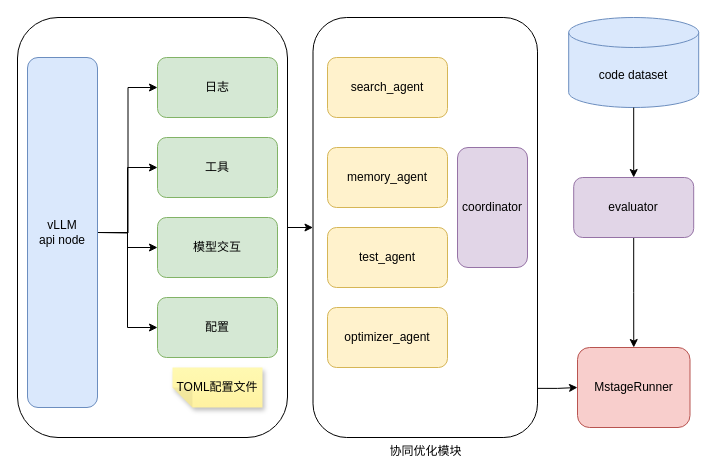
Coffee-Kitty/Coffee-Kitty.github.io keeps this draw.io diagram as page "第 1 页" (1 of 6) of docs/drawio画图/毕设/模块架构图.drawio. Above is the earlier version. Source tidied: cells renumbered, new cells numbered last; positions are measured from the earlier drawing's top-left corner, leaving out a move shared by most shapes. Both pictures are drawn from the tidied source at 100%, with x=0, y=0 at pixel (17, 17).
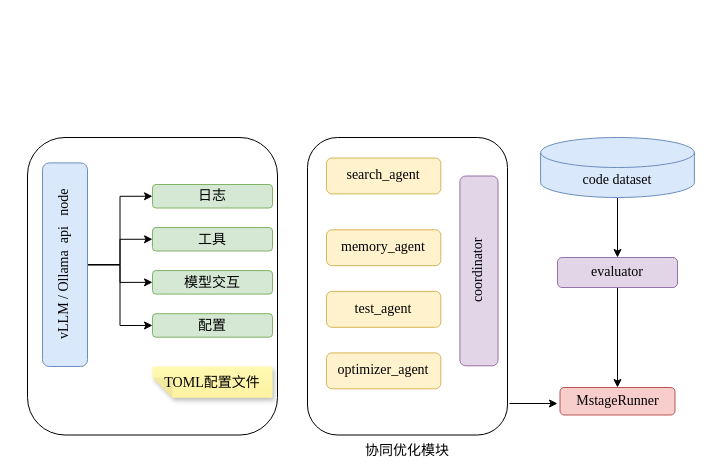
After the change.

Diff of the diagram source:
```diff
@@
-    <mxCell id="2" style="edgeStyle=orthogonalEdgeStyle;rounded=0;jettySize=auto;html=1;entryX=0;entryY=0.5;entryDx=0;entryDy=0;exitX=0.996;exitY=0.883;exitDx=0;exitDy=0;exitPerimeter=0;" parent="1" edge="1" source="3" target="24">
-      <mxGeometry relative="1" as="geometry" />
-    </mxCell>
+    <mxCell id="25" style="edgeStyle=orthogonalEdgeStyle;rounded=0;jettySize=auto;html=1;entryX=0.5;entryY=0;entryDx=0;entryDy=0;fontFamily=Times New Roman;" parent="1" edge="1" source="16" target="18">
+      <mxGeometry relative="1" as="geometry" />
+    </mxCell>
+    <mxCell id="16" value="code dataset" style="shape=cylinder3;whiteSpace=wrap;html=1;boundedLbl=1;backgroundOutline=1;size=15;fillColor=#dae8fc;strokeColor=#6c8ebf;fontSize=14;fontFamily=Times New Roman;" parent="1" vertex="1">
+      <mxGeometry x="523.1" y="120" width="153.8" height="60" as="geometry" />
+    </mxCell>
+    <mxCell id="17" style="edgeStyle=orthogonalEdgeStyle;rounded=0;jettySize=auto;html=1;entryX=0.5;entryY=0;entryDx=0;entryDy=0;fontFamily=Times New Roman;" parent="1" edge="1" source="18" target="24">
+      <mxGeometry relative="1" as="geometry" />
+    </mxCell>
+    <mxCell id="18" value="evaluator" style="rounded=1;whiteSpace=wrap;html=1;fillColor=#e1d5e7;strokeColor=#9673a6;fontSize=14;fontFamily=Times New Roman;" parent="1" vertex="1">
+      <mxGeometry x="540" y="240" width="120" height="30" as="geometry" />
+    </mxCell>
+    <mxCell id="24" value="MstageRunner" style="rounded=1;whiteSpace=wrap;html=1;fillColor=#f8cecc;strokeColor=#b85450;fontSize=14;fontFamily=Times New Roman;" parent="1" vertex="1">
+      <mxGeometry x="542.5" y="370" width="115" height="27.5" as="geometry" />
+    </mxCell>
+    <mxCell id="26" style="group;fontFamily=Times New Roman;" parent="1" vertex="1">
+      <mxGeometry x="290" y="120" width="200" height="297.5" as="geometry" />
+    </mxCell>
-    <mxCell id="3" value="协同优化模块" style="rounded=1;whiteSpace=wrap;html=1;labelPosition=center;verticalLabelPosition=bottom;align=center;verticalAlign=top;" parent="1" vertex="1">
-      <mxGeometry x="295.5" width="224.5" height="420" as="geometry" />
+    <mxCell id="3" value="&lt;font face=&quot;宋体&quot;&gt;协同优化模块&lt;/font&gt;" style="rounded=1;whiteSpace=wrap;html=1;labelPosition=center;verticalLabelPosition=bottom;align=center;verticalAlign=top;fontSize=14;fontFamily=Times New Roman;" parent="26" vertex="1">
+      <mxGeometry width="200" height="297.5" as="geometry" />
     </mxCell>
-    <mxCell id="4" style="edgeStyle=orthogonalEdgeStyle;rounded=0;jettySize=auto;html=1;exitX=1;exitY=0.5;exitDx=0;exitDy=0;entryX=0;entryY=0.5;entryDx=0;entryDy=0;" parent="1" edge="1" source="5" target="3">
-      <mxGeometry relative="1" as="geometry" />
-    </mxCell>
+    <mxCell id="19" value="search_agent" style="rounded=1;whiteSpace=wrap;html=1;fillColor=#fff2cc;strokeColor=#d6b656;fontSize=14;fontFamily=Times New Roman;" parent="26" vertex="1">
+      <mxGeometry x="19" y="20.5" width="114.3" height="35.9" as="geometry" />
+    </mxCell>
+    <mxCell id="20" value="memory_agent" style="rounded=1;whiteSpace=wrap;html=1;fillColor=#fff2cc;strokeColor=#d6b656;fontSize=14;fontFamily=Times New Roman;" parent="26" vertex="1">
+      <mxGeometry x="19" y="92.3" width="114.3" height="35.9" as="geometry" />
+    </mxCell>
+    <mxCell id="21" value="test_agent" style="rounded=1;whiteSpace=wrap;html=1;fillColor=#fff2cc;strokeColor=#d6b656;fontSize=14;fontFamily=Times New Roman;" parent="26" vertex="1">
+      <mxGeometry x="19" y="153.9" width="114.3" height="35.9" as="geometry" />
+    </mxCell>
+    <mxCell id="22" value="optimizer_agent" style="rounded=1;whiteSpace=wrap;html=1;fillColor=#fff2cc;strokeColor=#d6b656;fontSize=14;fontFamily=Times New Roman;" parent="26" vertex="1">
+      <mxGeometry x="19" y="215.4" width="114.3" height="35.9" as="geometry" />
+    </mxCell>
+    <mxCell id="23" value="coordinator" style="rounded=1;whiteSpace=wrap;html=1;fillColor=#e1d5e7;strokeColor=#9673a6;fontSize=14;horizontal=0;fontFamily=Times New Roman;" parent="26" vertex="1">
+      <mxGeometry x="152.4" y="38.5" width="38.1" height="189.8" as="geometry" />
+    </mxCell>
+    <mxCell id="27" style="group;fontFamily=宋体;" parent="1" vertex="1">
+      <mxGeometry x="10" y="120" width="250" height="297.5" as="geometry" />
+    </mxCell>
-    <mxCell id="5" style="rounded=1;whiteSpace=wrap;html=1;" parent="1" vertex="1">
-      <mxGeometry width="270" height="420" as="geometry" />
+    <mxCell id="5" style="rounded=1;whiteSpace=wrap;html=1;fontSize=14;fontFamily=Times New Roman;" parent="27" vertex="1">
+      <mxGeometry width="250" height="297.5" as="geometry" />
     </mxCell>
-    <mxCell id="6" value="日志" style="rounded=1;whiteSpace=wrap;html=1;fillColor=#d5e8d4;strokeColor=#82b366;" parent="1" vertex="1">
-      <mxGeometry x="140" y="40" width="120" height="60" as="geometry" />
+    <mxCell id="6" value="日志" style="rounded=1;whiteSpace=wrap;html=1;fillColor=#d5e8d4;strokeColor=#82b366;fontSize=14;fontFamily=Times New Roman;" parent="27" vertex="1">
+      <mxGeometry x="125" y="47" width="120" height="23.5" as="geometry" />
     </mxCell>
-    <mxCell id="7" value="工具" style="rounded=1;whiteSpace=wrap;html=1;fillColor=#d5e8d4;strokeColor=#82b366;" parent="1" vertex="1">
-      <mxGeometry x="140" y="120" width="120" height="60" as="geometry" />
+    <mxCell id="7" value="工具" style="rounded=1;whiteSpace=wrap;html=1;fillColor=#d5e8d4;strokeColor=#82b366;fontSize=14;fontFamily=宋体;" parent="27" vertex="1">
+      <mxGeometry x="125" y="90" width="120" height="23.5" as="geometry" />
     </mxCell>
-    <mxCell id="8" value="模型交互" style="rounded=1;whiteSpace=wrap;html=1;fillColor=#d5e8d4;strokeColor=#82b366;" parent="1" vertex="1">
-      <mxGeometry x="140" y="200" width="120" height="60" as="geometry" />
+    <mxCell id="8" value="模型交互" style="rounded=1;whiteSpace=wrap;html=1;fillColor=#d5e8d4;strokeColor=#82b366;fontSize=14;fontFamily=宋体;" parent="27" vertex="1">
+      <mxGeometry x="125" y="133.1" width="120" height="23.5" as="geometry" />
     </mxCell>
-    <mxCell id="9" value="配置" style="rounded=1;whiteSpace=wrap;html=1;fillColor=#d5e8d4;strokeColor=#82b366;" parent="1" vertex="1">
-      <mxGeometry x="140" y="280" width="120" height="60" as="geometry" />
+    <mxCell id="9" value="配置" style="rounded=1;whiteSpace=wrap;html=1;fillColor=#d5e8d4;strokeColor=#82b366;fontSize=14;fontFamily=宋体;" parent="27" vertex="1">
+      <mxGeometry x="125" y="176.2" width="120" height="23.5" as="geometry" />
     </mxCell>
-    <mxCell id="10" value="TOML配置文件" style="shape=note;whiteSpace=wrap;html=1;backgroundOutline=1;fontColor=#000000;darkOpacity=0.05;fillColor=#FFF9B2;strokeColor=none;fillStyle=solid;direction=west;gradientDirection=north;gradientColor=#FFF2A1;shadow=1;size=20;" parent="1" vertex="1">
-      <mxGeometry x="155" y="350" width="90" height="40" as="geometry" />
+    <mxCell id="10" value="&lt;font face=&quot;Times New Roman&quot;&gt;TOML&lt;/font&gt;配置文件" style="shape=note;whiteSpace=wrap;html=1;backgroundOutline=1;fontColor=#000000;darkOpacity=0.05;fillColor=#FFF9B2;strokeColor=none;fillStyle=solid;direction=west;gradientDirection=north;gradientColor=#FFF2A1;shadow=1;size=20;fontSize=14;fontFamily=宋体;" parent="27" vertex="1">
+      <mxGeometry x="125" y="229" width="120" height="31.3" as="geometry" />
     </mxCell>
-    <mxCell id="11" style="edgeStyle=orthogonalEdgeStyle;rounded=0;jettySize=auto;html=1;entryX=0;entryY=0.5;entryDx=0;entryDy=0;" parent="1" edge="1" target="6">
-      <mxGeometry relative="1" as="geometry">
-        <mxPoint x="80" y="215" as="sourcePoint" />
-      </mxGeometry>
-    </mxCell>
-    <mxCell id="12" style="edgeStyle=orthogonalEdgeStyle;rounded=0;jettySize=auto;html=1;entryX=0;entryY=0.5;entryDx=0;entryDy=0;" parent="1" edge="1" source="15" target="7">
+    <mxCell id="12" style="edgeStyle=orthogonalEdgeStyle;rounded=0;jettySize=auto;html=1;entryX=0;entryY=0.5;entryDx=0;entryDy=0;fontSize=14;fontFamily=Times New Roman;" parent="27" edge="1" source="15" target="7">
       <mxGeometry relative="1" as="geometry" />
     </mxCell>
-    <mxCell id="13" style="edgeStyle=orthogonalEdgeStyle;rounded=0;jettySize=auto;html=1;entryX=0;entryY=0.5;entryDx=0;entryDy=0;" parent="1" edge="1" source="15" target="8">
+    <mxCell id="13" style="edgeStyle=orthogonalEdgeStyle;rounded=0;jettySize=auto;html=1;entryX=0;entryY=0.5;entryDx=0;entryDy=0;fontSize=14;fontFamily=Times New Roman;" parent="27" edge="1" source="15" target="8">
       <mxGeometry relative="1" as="geometry" />
     </mxCell>
-    <mxCell id="14" style="edgeStyle=orthogonalEdgeStyle;rounded=0;jettySize=auto;html=1;entryX=0;entryY=0.5;entryDx=0;entryDy=0;" parent="1" edge="1" source="15" target="9">
+    <mxCell id="14" style="edgeStyle=orthogonalEdgeStyle;rounded=0;jettySize=auto;html=1;entryX=0;entryY=0.5;entryDx=0;entryDy=0;fontSize=14;fontFamily=Times New Roman;" parent="27" edge="1" source="15" target="9">
       <mxGeometry relative="1" as="geometry" />
     </mxCell>
+    <mxCell id="28" style="edgeStyle=orthogonalEdgeStyle;rounded=0;jettySize=auto;html=1;entryX=0;entryY=0.5;entryDx=0;entryDy=0;fontFamily=Times New Roman;" parent="27" edge="1" source="15" target="6">
+      <mxGeometry relative="1" as="geometry" />
+    </mxCell>
-    <mxCell id="15" value="vLLM&lt;div&gt;api node&lt;/div&gt;" style="rounded=1;whiteSpace=wrap;html=1;fillColor=#dae8fc;strokeColor=#6c8ebf;" parent="1" vertex="1">
-      <mxGeometry x="10" y="40" width="70" height="350" as="geometry" />
+    <mxCell id="15" value="&lt;font&gt;vLLM / Ollama&amp;nbsp; api&amp;nbsp; &amp;nbsp;node&lt;/font&gt;" style="rounded=1;whiteSpace=wrap;html=1;fillColor=#dae8fc;strokeColor=#6c8ebf;direction=west;fontSize=14;horizontal=0;fontFamily=Times New Roman;" parent="27" vertex="1">
+      <mxGeometry x="15" y="25.4" width="45" height="203.6" as="geometry" />
     </mxCell>
-    <mxCell id="16" value="code dataset" style="shape=cylinder3;whiteSpace=wrap;html=1;boundedLbl=1;backgroundOutline=1;size=15;fillColor=#dae8fc;strokeColor=#6c8ebf;" parent="1" vertex="1">
-      <mxGeometry x="551.2" width="130" height="90" as="geometry" />
-    </mxCell>
-    <mxCell id="17" style="edgeStyle=orthogonalEdgeStyle;rounded=0;jettySize=auto;html=1;entryX=0.5;entryY=0;entryDx=0;entryDy=0;" parent="1" edge="1" source="18" target="24">
-      <mxGeometry relative="1" as="geometry" />
-    </mxCell>
-    <mxCell id="18" value="evaluator" style="rounded=1;whiteSpace=wrap;html=1;fillColor=#e1d5e7;strokeColor=#9673a6;" parent="1" vertex="1">
-      <mxGeometry x="556.2" y="160" width="120" height="60" as="geometry" />
-    </mxCell>
-    <mxCell id="19" value="search_agent" style="rounded=1;whiteSpace=wrap;html=1;fillColor=#fff2cc;strokeColor=#d6b656;" parent="1" vertex="1">
-      <mxGeometry x="310" y="40" width="120" height="60" as="geometry" />
-    </mxCell>
-    <mxCell id="20" value="memory_agent" style="rounded=1;whiteSpace=wrap;html=1;fillColor=#fff2cc;strokeColor=#d6b656;" parent="1" vertex="1">
-      <mxGeometry x="310" y="130" width="120" height="60" as="geometry" />
-    </mxCell>
-    <mxCell id="21" value="test_agent" style="rounded=1;whiteSpace=wrap;html=1;fillColor=#fff2cc;strokeColor=#d6b656;" parent="1" vertex="1">
-      <mxGeometry x="310" y="210" width="120" height="60" as="geometry" />
-    </mxCell>
-    <mxCell id="22" value="optimizer_agent" style="rounded=1;whiteSpace=wrap;html=1;fillColor=#fff2cc;strokeColor=#d6b656;" parent="1" vertex="1">
-      <mxGeometry x="310" y="290" width="120" height="60" as="geometry" />
-    </mxCell>
-    <mxCell id="23" value="coordinator" style="rounded=1;whiteSpace=wrap;html=1;fillColor=#e1d5e7;strokeColor=#9673a6;" parent="1" vertex="1">
-      <mxGeometry x="440" y="130" width="70" height="120" as="geometry" />
-    </mxCell>
-    <mxCell id="24" value="MstageRunner" style="rounded=1;whiteSpace=wrap;html=1;fillColor=#f8cecc;strokeColor=#b85450;" parent="1" vertex="1">
-      <mxGeometry x="560" y="330" width="112.5" height="80" as="geometry" />
-    </mxCell>
-    <mxCell id="25" style="edgeStyle=orthogonalEdgeStyle;rounded=0;jettySize=auto;html=1;entryX=0.5;entryY=0;entryDx=0;entryDy=0;exitX=0.5;exitY=1;exitDx=0;exitDy=0;exitPerimeter=0;" parent="1" edge="1" source="16" target="18">
-      <mxGeometry relative="1" as="geometry" />
-    </mxCell>
+    <mxCell id="29" style="endArrow=classic;html=1;rounded=0;exitX=1.01;exitY=0.894;exitDx=0;exitDy=0;exitPerimeter=0;fontFamily=Times New Roman;" parent="1" edge="1" source="3">
+      <mxGeometry relative="1" as="geometry">
+        <mxPoint x="540" y="386" as="targetPoint" />
+      </mxGeometry>
+    </mxCell>
```
